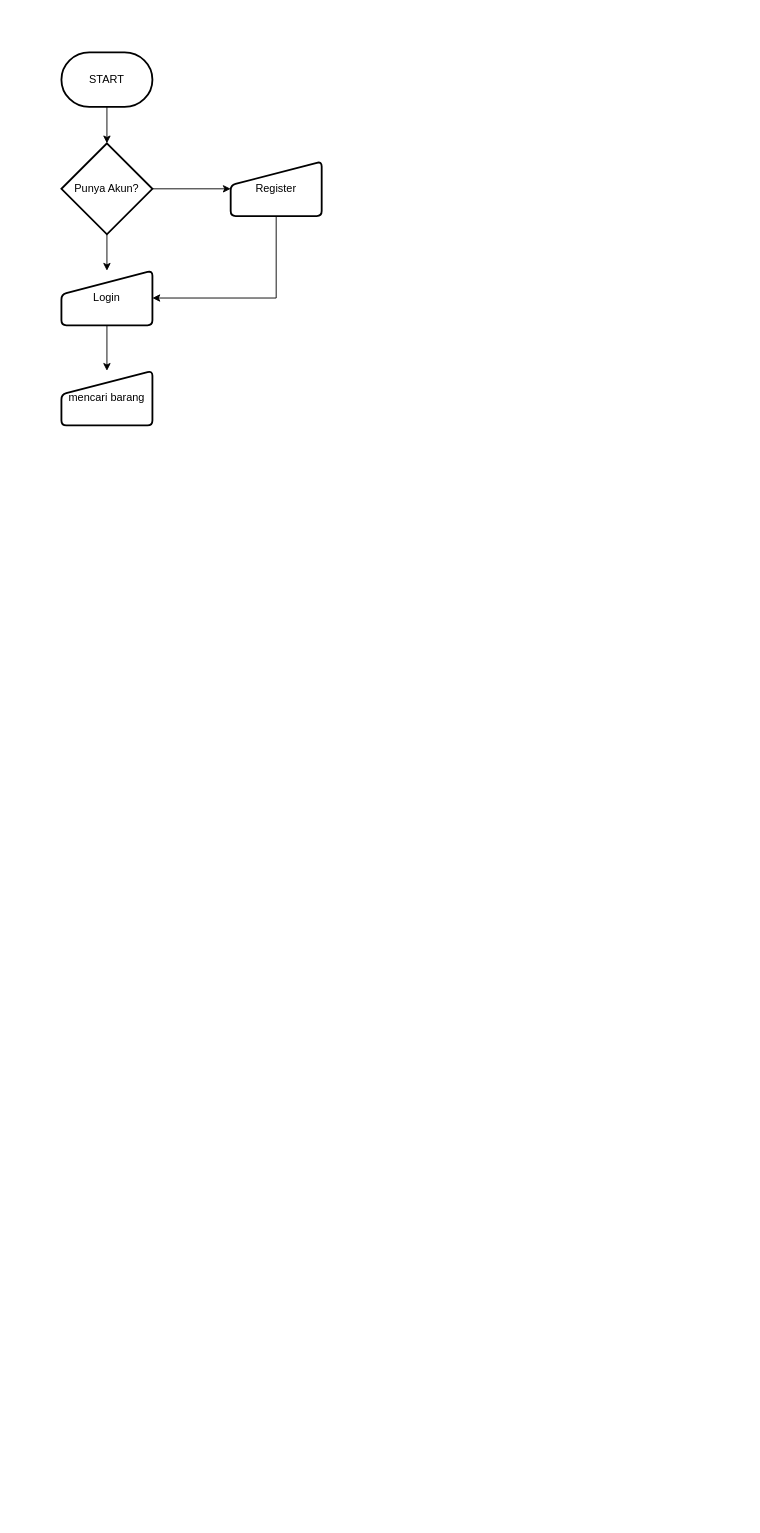
Earlier version of the draw.io diagram page "Page-1" (1 of 4) of BDL/UAS BDL.drawio (dicefoxs/DrawIO). Source tidied: cells renumbered, new cells numbered last; positions are measured from the earlier drawing's top-left corner, leaving out a move shared by most shapes. Both pictures are drawn from the tidied source at 91%, with x=0, y=0 at pixel (61, 52).
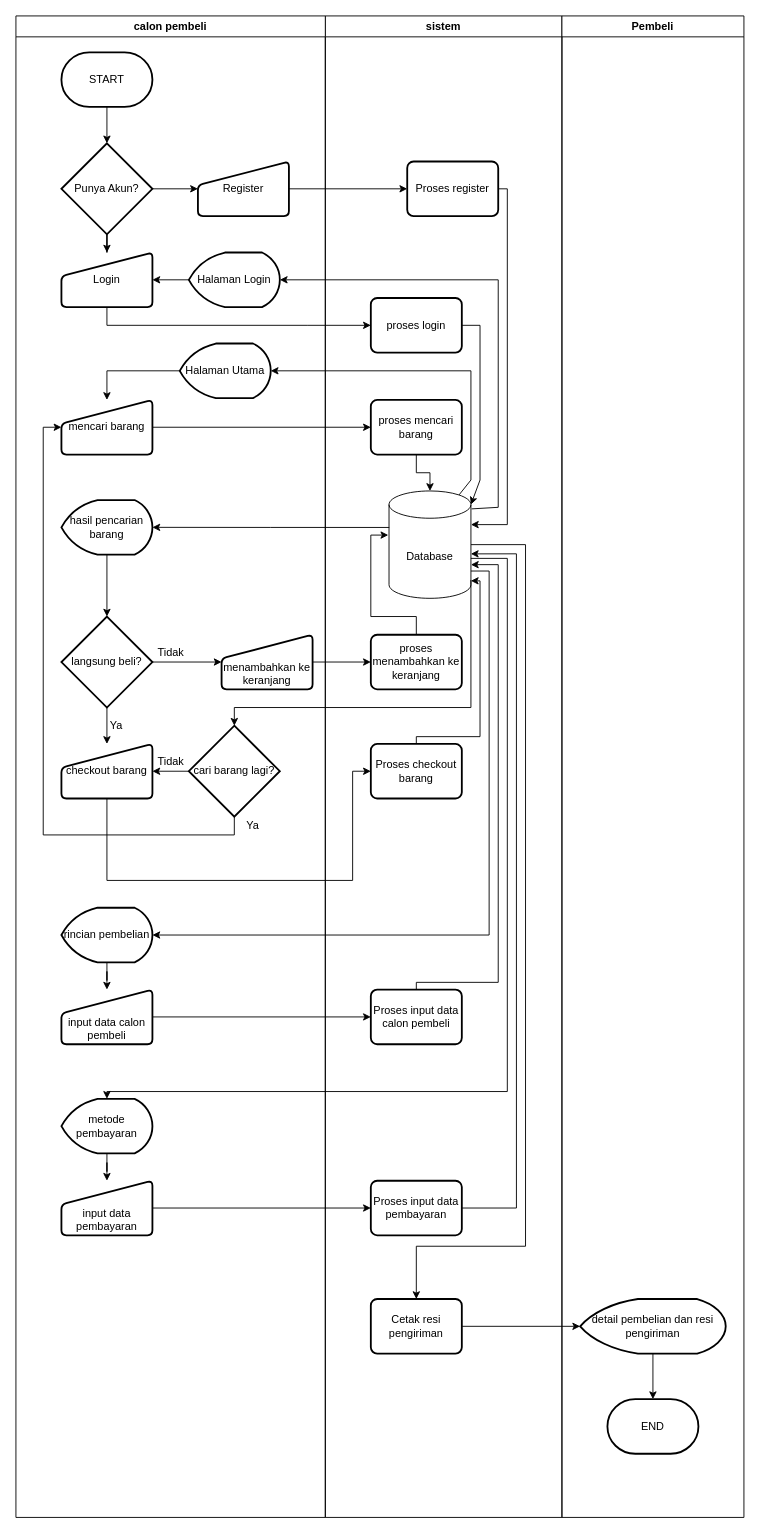
Above is the later version.

What changed in the source:
```diff
@@
-    <mxCell id="4" style="edgeStyle=orthogonalEdgeStyle;rounded=0;jettySize=auto;html=1;" parent="1" edge="1" source="5" target="11">
-      <mxGeometry relative="1" as="geometry" />
-    </mxCell>
-    <mxCell id="5" value="&lt;div&gt;Login&lt;/div&gt;" style="html=1;strokeWidth=2;shape=manualInput;whiteSpace=wrap;rounded=1;size=26;arcSize=11;" parent="1" vertex="1">
-      <mxGeometry y="240" width="100" height="60" as="geometry" />
-    </mxCell>
@@
-    <mxCell id="9" style="edgeStyle=orthogonalEdgeStyle;rounded=0;jettySize=auto;html=1;entryX=1;entryY=0.5;entryDx=0;entryDy=0;" parent="1" edge="1" source="10" target="5">
-      <mxGeometry relative="1" as="geometry">
-        <Array as="points">
-          <mxPoint x="236" y="270" />
-        </Array>
-      </mxGeometry>
-    </mxCell>
+    <mxCell id="12" style="edgeStyle=orthogonalEdgeStyle;rounded=0;jettySize=auto;html=1;" parent="1" edge="1" source="11" target="15">
+      <mxGeometry relative="1" as="geometry" />
+    </mxCell>
+    <mxCell id="11" value="mencari barang" style="html=1;strokeWidth=2;shape=manualInput;whiteSpace=wrap;rounded=1;size=26;arcSize=11;verticalAlign=middle;" parent="1" vertex="1">
+      <mxGeometry y="382" width="100" height="60" as="geometry" />
+    </mxCell>
+    <mxCell id="13" value="sistem" style="swimlane;" parent="1" vertex="1">
+      <mxGeometry x="290" y="-40" width="260" height="1650" as="geometry" />
+    </mxCell>
+    <mxCell id="14" style="edgeStyle=orthogonalEdgeStyle;rounded=0;jettySize=auto;html=1;" parent="13" edge="1" source="15" target="17">
+      <mxGeometry relative="1" as="geometry" />
+    </mxCell>
+    <mxCell id="15" value="proses mencari barang" style="rounded=1;whiteSpace=wrap;html=1;absoluteArcSize=1;arcSize=14;strokeWidth=2;" parent="13" vertex="1">
+      <mxGeometry x="50" y="422" width="100" height="60" as="geometry" />
+    </mxCell>
+    <mxCell id="16" style="edgeStyle=orthogonalEdgeStyle;rounded=0;jettySize=auto;html=1;exitX=1;exitY=0.5;exitDx=0;exitDy=0;exitPerimeter=0;entryX=0.5;entryY=0;entryDx=0;entryDy=0;" parent="13" edge="1" source="17" target="26">
+      <mxGeometry relative="1" as="geometry">
+        <Array as="points">
+          <mxPoint x="220" y="581" />
+          <mxPoint x="220" y="1352" />
+          <mxPoint x="100" y="1352" />
+        </Array>
+      </mxGeometry>
+    </mxCell>
+    <mxCell id="17" value="Database" style="shape=cylinder3;whiteSpace=wrap;html=1;boundedLbl=1;backgroundOutline=1;size=15;" parent="13" vertex="1">
+      <mxGeometry x="70" y="522" width="90" height="118" as="geometry" />
+    </mxCell>
+    <mxCell id="18" style="edgeStyle=orthogonalEdgeStyle;rounded=0;jettySize=auto;html=1;entryX=-0.009;entryY=0.411;entryDx=0;entryDy=0;entryPerimeter=0;" parent="13" edge="1" source="19" target="17">
+      <mxGeometry relative="1" as="geometry" />
+    </mxCell>
+    <mxCell id="19" value="proses menambahkan ke keranjang" style="rounded=1;whiteSpace=wrap;html=1;absoluteArcSize=1;arcSize=14;strokeWidth=2;" parent="13" vertex="1">
+      <mxGeometry x="50" y="680" width="100" height="60" as="geometry" />
+    </mxCell>
+    <mxCell id="20" style="edgeStyle=orthogonalEdgeStyle;rounded=0;jettySize=auto;html=1;entryX=0.999;entryY=0.837;entryDx=0;entryDy=0;entryPerimeter=0;" parent="13" edge="1" source="21" target="17">
+      <mxGeometry relative="1" as="geometry">
+        <Array as="points">
+          <mxPoint x="100" y="792" />
+          <mxPoint x="170" y="792" />
+          <mxPoint x="170" y="621" />
+          <mxPoint x="160" y="621" />
+        </Array>
+      </mxGeometry>
+    </mxCell>
+    <mxCell id="21" value="Proses checkout barang" style="rounded=1;whiteSpace=wrap;html=1;absoluteArcSize=1;arcSize=14;strokeWidth=2;" parent="13" vertex="1">
+      <mxGeometry x="50" y="800" width="100" height="60" as="geometry" />
+    </mxCell>
+    <mxCell id="22" style="edgeStyle=orthogonalEdgeStyle;rounded=0;jettySize=auto;html=1;entryX=1;entryY=0;entryDx=0;entryDy=81;entryPerimeter=0;" parent="13" edge="1" source="23" target="17">
+      <mxGeometry relative="1" as="geometry">
+        <Array as="points">
+          <mxPoint x="100" y="1062" />
+          <mxPoint x="190" y="1062" />
+          <mxPoint x="190" y="603" />
+        </Array>
+      </mxGeometry>
+    </mxCell>
+    <mxCell id="23" value="Proses input data calon pembeli" style="rounded=1;whiteSpace=wrap;html=1;absoluteArcSize=1;arcSize=14;strokeWidth=2;" parent="13" vertex="1">
+      <mxGeometry x="50" y="1070" width="100" height="60" as="geometry" />
+    </mxCell>
+    <mxCell id="24" value="Proses input data pembayaran" style="rounded=1;whiteSpace=wrap;html=1;absoluteArcSize=1;arcSize=14;strokeWidth=2;" parent="13" vertex="1">
+      <mxGeometry x="50" y="1280" width="100" height="60" as="geometry" />
+    </mxCell>
+    <mxCell id="25" style="edgeStyle=orthogonalEdgeStyle;rounded=0;jettySize=auto;html=1;entryX=0.999;entryY=0.586;entryDx=0;entryDy=0;entryPerimeter=0;exitX=1;exitY=0.5;exitDx=0;exitDy=0;" parent="13" edge="1" source="24" target="17">
+      <mxGeometry relative="1" as="geometry">
+        <Array as="points">
+          <mxPoint x="210" y="1310" />
+          <mxPoint x="210" y="591" />
+          <mxPoint x="160" y="591" />
+        </Array>
+      </mxGeometry>
+    </mxCell>
+    <mxCell id="26" value="Cetak resi pengiriman" style="rounded=1;whiteSpace=wrap;html=1;absoluteArcSize=1;arcSize=14;strokeWidth=2;" parent="13" vertex="1">
+      <mxGeometry x="50" y="1410" width="100" height="60" as="geometry" />
+    </mxCell>
+    <mxCell id="27" style="edgeStyle=none;rounded=0;jettySize=auto;html=1;entryX=1;entryY=0;entryDx=0;entryDy=37;entryPerimeter=0;fontSize=13;endArrow=classic;endFill=1;strokeWidth=1;" parent="13" edge="1" source="28" target="17">
+      <mxGeometry relative="1" as="geometry">
+        <Array as="points">
+          <mxPoint x="200" y="190" />
+          <mxPoint x="200" y="559" />
+        </Array>
+      </mxGeometry>
+    </mxCell>
+    <mxCell id="28" value="Proses register" style="rounded=1;whiteSpace=wrap;html=1;absoluteArcSize=1;arcSize=14;strokeWidth=2;" parent="13" vertex="1">
+      <mxGeometry x="90" y="160" width="100" height="60" as="geometry" />
+    </mxCell>
+    <mxCell id="29" style="edgeStyle=none;rounded=0;jettySize=auto;html=1;entryX=1;entryY=0;entryDx=0;entryDy=15;entryPerimeter=0;fontSize=13;endArrow=classic;endFill=1;strokeWidth=1;" parent="13" edge="1" source="30" target="17">
+      <mxGeometry relative="1" as="geometry">
+        <Array as="points">
+          <mxPoint x="170" y="340" />
+          <mxPoint x="170" y="510" />
+        </Array>
+      </mxGeometry>
+    </mxCell>
+    <mxCell id="30" value="proses login" style="rounded=1;whiteSpace=wrap;html=1;absoluteArcSize=1;arcSize=14;strokeWidth=2;" parent="13" vertex="1">
+      <mxGeometry x="50" y="310" width="100" height="60" as="geometry" />
+    </mxCell>
+    <mxCell id="31" value="calon pembeli" style="swimlane;" parent="1" vertex="1">
+      <mxGeometry x="-50" y="-40" width="340" height="1650" as="geometry" />
+    </mxCell>
+    <mxCell id="5" value="&lt;div&gt;Login&lt;/div&gt;" style="html=1;strokeWidth=2;shape=manualInput;whiteSpace=wrap;rounded=1;size=26;arcSize=11;" parent="31" vertex="1">
+      <mxGeometry x="50" y="260" width="100" height="60" as="geometry" />
+    </mxCell>
-    <mxCell id="10" value="Register" style="html=1;strokeWidth=2;shape=manualInput;whiteSpace=wrap;rounded=1;size=26;arcSize=11;" parent="1" vertex="1">
-      <mxGeometry x="186" y="120" width="100" height="60" as="geometry" />
+    <mxCell id="10" value="Register" style="html=1;strokeWidth=2;shape=manualInput;whiteSpace=wrap;rounded=1;size=26;arcSize=11;" parent="31" vertex="1">
+      <mxGeometry x="200" y="160" width="100" height="60" as="geometry" />
     </mxCell>
-    <mxCell id="11" value="mencari barang" style="html=1;strokeWidth=2;shape=manualInput;whiteSpace=wrap;rounded=1;size=26;arcSize=11;" parent="1" vertex="1">
-      <mxGeometry y="350" width="100" height="60" as="geometry" />
-    </mxCell>
+    <mxCell id="32" value="hasil pencarian barang" style="strokeWidth=2;html=1;shape=mxgraph.flowchart.display;whiteSpace=wrap;" parent="31" vertex="1">
+      <mxGeometry x="50" y="532" width="100" height="60" as="geometry" />
+    </mxCell>
+    <mxCell id="33" style="edgeStyle=orthogonalEdgeStyle;rounded=0;jettySize=auto;html=1;" parent="31" edge="1" source="34" target="38">
+      <mxGeometry relative="1" as="geometry" />
+    </mxCell>
+    <mxCell id="34" value="langsung beli?" style="strokeWidth=2;html=1;shape=mxgraph.flowchart.decision;whiteSpace=wrap;" parent="31" vertex="1">
+      <mxGeometry x="50" y="660" width="100" height="100" as="geometry" />
+    </mxCell>
+    <mxCell id="35" style="edgeStyle=orthogonalEdgeStyle;rounded=0;jettySize=auto;html=1;" parent="31" edge="1" source="32" target="34">
+      <mxGeometry relative="1" as="geometry" />
+    </mxCell>
+    <mxCell id="36" value="menambahkan ke keranjang" style="html=1;strokeWidth=2;shape=manualInput;whiteSpace=wrap;rounded=1;size=26;arcSize=11;verticalAlign=bottom;" parent="31" vertex="1">
+      <mxGeometry x="226" y="680" width="100" height="60" as="geometry" />
+    </mxCell>
+    <mxCell id="37" style="edgeStyle=orthogonalEdgeStyle;rounded=0;jettySize=auto;html=1;" parent="31" edge="1" source="34" target="36">
+      <mxGeometry relative="1" as="geometry" />
+    </mxCell>
+    <mxCell id="38" value="checkout barang" style="html=1;strokeWidth=2;shape=manualInput;whiteSpace=wrap;rounded=1;size=26;arcSize=11;verticalAlign=middle;" parent="31" vertex="1">
+      <mxGeometry x="50" y="800" width="100" height="60" as="geometry" />
+    </mxCell>
+    <mxCell id="39" style="edgeStyle=orthogonalEdgeStyle;rounded=0;jettySize=auto;html=1;" parent="31" edge="1" source="40" target="38">
+      <mxGeometry relative="1" as="geometry" />
+    </mxCell>
+    <mxCell id="40" value="cari barang lagi?" style="strokeWidth=2;html=1;shape=mxgraph.flowchart.decision;whiteSpace=wrap;" parent="31" vertex="1">
+      <mxGeometry x="190" y="780" width="100" height="100" as="geometry" />
+    </mxCell>
+    <mxCell id="41" value="Tidak" style="text;html=1;align=center;verticalAlign=middle;strokeColor=none;fillColor=none;" parent="31" vertex="1">
+      <mxGeometry x="150" y="810" width="40" height="20" as="geometry" />
+    </mxCell>
+    <mxCell id="42" style="edgeStyle=orthogonalEdgeStyle;rounded=0;jettySize=auto;html=1;" parent="31" edge="1" source="43" target="44">
+      <mxGeometry relative="1" as="geometry" />
+    </mxCell>
+    <mxCell id="43" value="rincian pembelian" style="strokeWidth=2;html=1;shape=mxgraph.flowchart.display;whiteSpace=wrap;" parent="31" vertex="1">
+      <mxGeometry x="50" y="980" width="100" height="60" as="geometry" />
+    </mxCell>
+    <mxCell id="44" value="input data calon pembeli" style="html=1;strokeWidth=2;shape=manualInput;whiteSpace=wrap;rounded=1;size=26;arcSize=11;verticalAlign=bottom;" parent="31" vertex="1">
+      <mxGeometry x="50" y="1070" width="100" height="60" as="geometry" />
+    </mxCell>
+    <mxCell id="45" style="edgeStyle=orthogonalEdgeStyle;rounded=0;jettySize=auto;html=1;" parent="31" edge="1" source="46" target="47">
+      <mxGeometry relative="1" as="geometry" />
+    </mxCell>
+    <mxCell id="46" value="metode pembayaran" style="strokeWidth=2;html=1;shape=mxgraph.flowchart.display;whiteSpace=wrap;" parent="31" vertex="1">
+      <mxGeometry x="50" y="1190" width="100" height="60" as="geometry" />
+    </mxCell>
+    <mxCell id="47" value="input data pembayaran" style="html=1;strokeWidth=2;shape=manualInput;whiteSpace=wrap;rounded=1;size=26;arcSize=11;verticalAlign=bottom;" parent="31" vertex="1">
+      <mxGeometry x="50" y="1280" width="100" height="60" as="geometry" />
+    </mxCell>
+    <mxCell id="48" value="Tidak" style="text;html=1;align=center;verticalAlign=middle;strokeColor=none;fillColor=none;" parent="31" vertex="1">
+      <mxGeometry x="150" y="690" width="40" height="20" as="geometry" />
+    </mxCell>
+    <mxCell id="49" style="edgeStyle=none;rounded=0;jettySize=auto;html=1;entryX=1;entryY=0.5;entryDx=0;entryDy=0;fontSize=13;endArrow=classic;endFill=1;strokeWidth=1;exitX=0;exitY=0.5;exitDx=0;exitDy=0;exitPerimeter=0;" parent="31" edge="1" source="50" target="5">
+      <mxGeometry relative="1" as="geometry" />
+    </mxCell>
+    <mxCell id="50" value="Halaman Login" style="strokeWidth=2;html=1;shape=mxgraph.flowchart.display;whiteSpace=wrap;" parent="31" vertex="1">
+      <mxGeometry x="190" y="260" width="100" height="60" as="geometry" />
+    </mxCell>
+    <mxCell id="51" value="Halaman Utama" style="strokeWidth=2;html=1;shape=mxgraph.flowchart.display;whiteSpace=wrap;" parent="31" vertex="1">
+      <mxGeometry x="180" y="360" width="100" height="60" as="geometry" />
+    </mxCell>
+    <mxCell id="52" value="Pembeli" style="swimlane;" parent="1" vertex="1">
+      <mxGeometry x="550" y="-40" width="200" height="1650" as="geometry" />
+    </mxCell>
+    <mxCell id="53" style="edgeStyle=orthogonalEdgeStyle;rounded=0;jettySize=auto;html=1;" parent="52" edge="1" source="54" target="55">
+      <mxGeometry relative="1" as="geometry" />
+    </mxCell>
+    <mxCell id="54" value="detail pembelian dan resi pengiriman" style="strokeWidth=2;html=1;shape=mxgraph.flowchart.display;whiteSpace=wrap;" parent="52" vertex="1">
+      <mxGeometry x="20" y="1410" width="160" height="60" as="geometry" />
+    </mxCell>
+    <mxCell id="55" value="END" style="strokeWidth=2;html=1;shape=mxgraph.flowchart.terminator;whiteSpace=wrap;" parent="52" vertex="1">
+      <mxGeometry x="50" y="1520" width="100" height="60" as="geometry" />
+    </mxCell>
+    <mxCell id="56" style="edgeStyle=orthogonalEdgeStyle;rounded=0;jettySize=auto;html=1;exitX=0.003;exitY=0.34;exitDx=0;exitDy=0;exitPerimeter=0;" parent="1" edge="1" source="17" target="32">
+      <mxGeometry relative="1" as="geometry" />
+    </mxCell>
+    <mxCell id="57" style="edgeStyle=orthogonalEdgeStyle;rounded=0;jettySize=auto;html=1;" parent="1" edge="1" source="36" target="19">
+      <mxGeometry relative="1" as="geometry" />
+    </mxCell>
+    <mxCell id="58" style="edgeStyle=orthogonalEdgeStyle;rounded=0;jettySize=auto;html=1;entryX=0.5;entryY=0;entryDx=0;entryDy=0;entryPerimeter=0;" parent="1" edge="1" target="40">
+      <mxGeometry relative="1" as="geometry">
+        <mxPoint x="450" y="580" as="sourcePoint" />
+        <Array as="points">
+          <mxPoint x="450" y="720" />
+          <mxPoint x="190" y="720" />
+        </Array>
+      </mxGeometry>
+    </mxCell>
+    <mxCell id="59" style="edgeStyle=orthogonalEdgeStyle;rounded=0;jettySize=auto;html=1;entryX=0;entryY=0.5;entryDx=0;entryDy=0;" parent="1" edge="1" source="40" target="11">
+      <mxGeometry relative="1" as="geometry">
+        <Array as="points">
+          <mxPoint x="190" y="860" />
+          <mxPoint x="-20" y="860" />
+          <mxPoint x="-20" y="412" />
+        </Array>
+      </mxGeometry>
+    </mxCell>
+    <mxCell id="60" value="Ya" style="text;html=1;align=center;verticalAlign=middle;strokeColor=none;fillColor=none;" parent="1" vertex="1">
+      <mxGeometry x="195" y="840" width="30" height="20" as="geometry" />
+    </mxCell>
+    <mxCell id="61" style="edgeStyle=orthogonalEdgeStyle;rounded=0;jettySize=auto;html=1;entryX=0;entryY=0.5;entryDx=0;entryDy=0;" parent="1" edge="1" source="38" target="21">
+      <mxGeometry relative="1" as="geometry">
+        <Array as="points">
+          <mxPoint x="50" y="910" />
+          <mxPoint x="320" y="910" />
+          <mxPoint x="320" y="790" />
+        </Array>
+      </mxGeometry>
+    </mxCell>
+    <mxCell id="62" style="edgeStyle=orthogonalEdgeStyle;rounded=0;jettySize=auto;html=1;entryX=1;entryY=0.5;entryDx=0;entryDy=0;entryPerimeter=0;" parent="1" edge="1" target="43">
+      <mxGeometry relative="1" as="geometry">
+        <mxPoint x="450" y="570" as="sourcePoint" />
+        <Array as="points">
+          <mxPoint x="470" y="570" />
+          <mxPoint x="470" y="970" />
+        </Array>
+      </mxGeometry>
+    </mxCell>
+    <mxCell id="63" style="edgeStyle=orthogonalEdgeStyle;rounded=0;jettySize=auto;html=1;" parent="1" edge="1" source="44" target="23">
+      <mxGeometry relative="1" as="geometry" />
+    </mxCell>
+    <mxCell id="64" style="edgeStyle=orthogonalEdgeStyle;rounded=0;jettySize=auto;html=1;exitX=0.999;exitY=0.628;exitDx=0;exitDy=0;exitPerimeter=0;" parent="1" edge="1" source="17" target="46">
+      <mxGeometry relative="1" as="geometry">
+        <Array as="points">
+          <mxPoint x="490" y="556" />
+          <mxPoint x="490" y="1142" />
+          <mxPoint x="50" y="1142" />
+        </Array>
+      </mxGeometry>
+    </mxCell>
+    <mxCell id="65" style="edgeStyle=orthogonalEdgeStyle;rounded=0;jettySize=auto;html=1;" parent="1" edge="1" source="47" target="24">
+      <mxGeometry relative="1" as="geometry" />
+    </mxCell>
+    <mxCell id="66" style="edgeStyle=orthogonalEdgeStyle;rounded=0;jettySize=auto;html=1;" parent="1" edge="1" source="26" target="54">
+      <mxGeometry relative="1" as="geometry" />
+    </mxCell>
+    <mxCell id="67" value="Ya" style="text;html=1;align=center;verticalAlign=middle;strokeColor=none;fillColor=none;" parent="1" vertex="1">
+      <mxGeometry x="45" y="730" width="30" height="20" as="geometry" />
+    </mxCell>
+    <mxCell id="68" style="edgeStyle=none;rounded=0;jettySize=auto;html=1;fontSize=13;endArrow=classic;endFill=1;strokeWidth=1;" parent="1" edge="1" source="10" target="28">
+      <mxGeometry relative="1" as="geometry" />
+    </mxCell>
+    <mxCell id="69" style="edgeStyle=none;rounded=0;jettySize=auto;html=1;entryX=0;entryY=0.5;entryDx=0;entryDy=0;fontSize=13;endArrow=classic;endFill=1;strokeWidth=1;" parent="1" edge="1" source="5" target="30">
+      <mxGeometry relative="1" as="geometry">
+        <Array as="points">
+          <mxPoint x="50" y="300" />
+          <mxPoint x="270" y="300" />
+        </Array>
+      </mxGeometry>
+    </mxCell>
+    <mxCell id="70" style="edgeStyle=none;rounded=0;jettySize=auto;html=1;entryX=1;entryY=0.5;entryDx=0;entryDy=0;entryPerimeter=0;fontSize=13;endArrow=classic;endFill=1;strokeWidth=1;exitX=1.008;exitY=0.167;exitDx=0;exitDy=0;exitPerimeter=0;" parent="1" edge="1" source="17" target="50">
+      <mxGeometry relative="1" as="geometry">
+        <Array as="points">
+          <mxPoint x="480" y="500" />
+          <mxPoint x="480" y="250" />
+        </Array>
+      </mxGeometry>
+    </mxCell>
+    <mxCell id="71" style="edgeStyle=none;rounded=0;jettySize=auto;html=1;entryX=1;entryY=0.5;entryDx=0;entryDy=0;entryPerimeter=0;fontSize=13;endArrow=classic;endFill=1;strokeWidth=1;exitX=0.855;exitY=0;exitDx=0;exitDy=4.35;exitPerimeter=0;" parent="1" edge="1" source="17" target="51">
+      <mxGeometry relative="1" as="geometry">
+        <Array as="points">
+          <mxPoint x="450" y="470" />
+          <mxPoint x="450" y="350" />
+        </Array>
+      </mxGeometry>
+    </mxCell>
+    <mxCell id="72" style="edgeStyle=none;rounded=0;jettySize=auto;html=1;fontSize=13;endArrow=classic;endFill=1;strokeWidth=1;exitX=0.014;exitY=0.5;exitDx=0;exitDy=0;exitPerimeter=0;" parent="1" edge="1" source="51" target="11">
+      <mxGeometry relative="1" as="geometry">
+        <Array as="points">
+          <mxPoint x="50" y="350" />
+        </Array>
+      </mxGeometry>
+    </mxCell>
```
